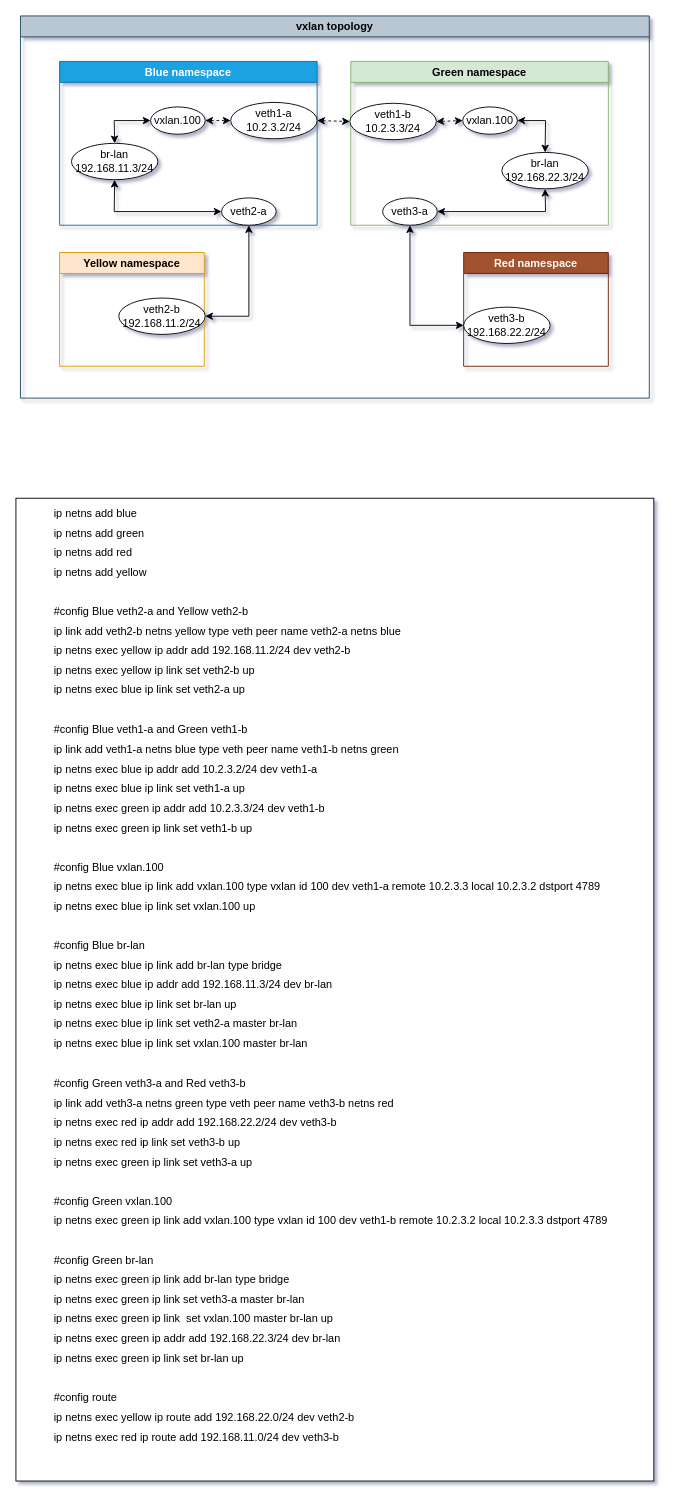
Before: page "Page-1" (1 of 2) of Data/vxlan.drawio in HemingT/Diagram, a draw.io diagram. Source tidied: cells renumbered, new cells numbered last; positions are measured from the earlier drawing's top-left corner, leaving out a move shared by most shapes. Both pictures are drawn from the tidied source at 91%, with x=0, y=0 at pixel (15, 15).
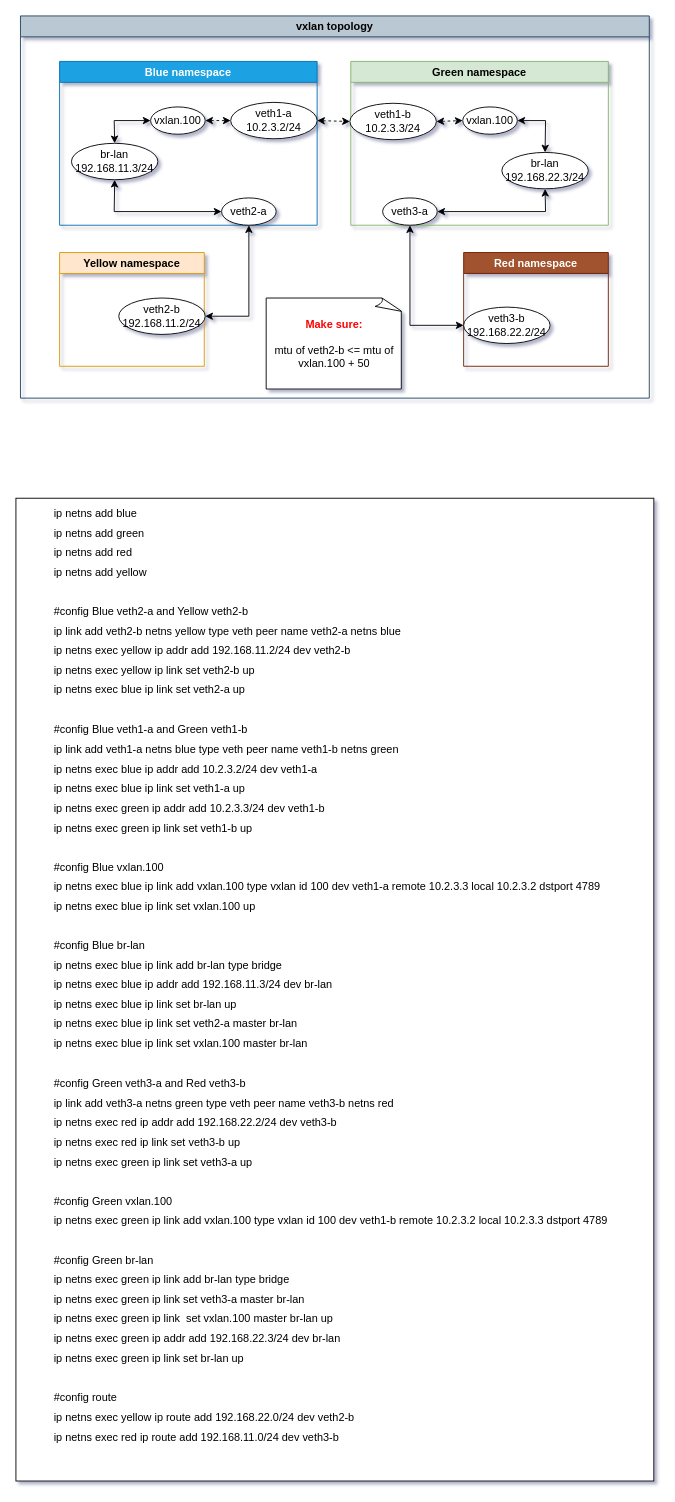
Above is the later version.

The change refers to these unchanged cells:
```xml
<mxCell id="2" value="vxlan topology" style="swimlane;whiteSpace=wrap;html=1;fillColor=#bac8d3;strokeColor=#23445d;" parent="1" vertex="1">
  <mxGeometry x="5" width="691" height="420" as="geometry" />
</mxCell>
```

What changed in the source:
```diff
@@
+    <mxCell id="27" value="&lt;font style=&quot;color: light-dark(rgb(251, 4, 4), rgb(237, 237, 237));&quot;&gt;&lt;b&gt;Make sure:&lt;/b&gt;&lt;/font&gt;&lt;div&gt;&lt;br&gt;&lt;div&gt;mtu of veth2-b &amp;lt;= mtu of vxlan.100 + 50&lt;/div&gt;&lt;/div&gt;" style="whiteSpace=wrap;html=1;shape=mxgraph.basic.document;" parent="2" vertex="1">
+      <mxGeometry x="270" y="310" width="150" height="100" as="geometry" />
+    </mxCell>
```
